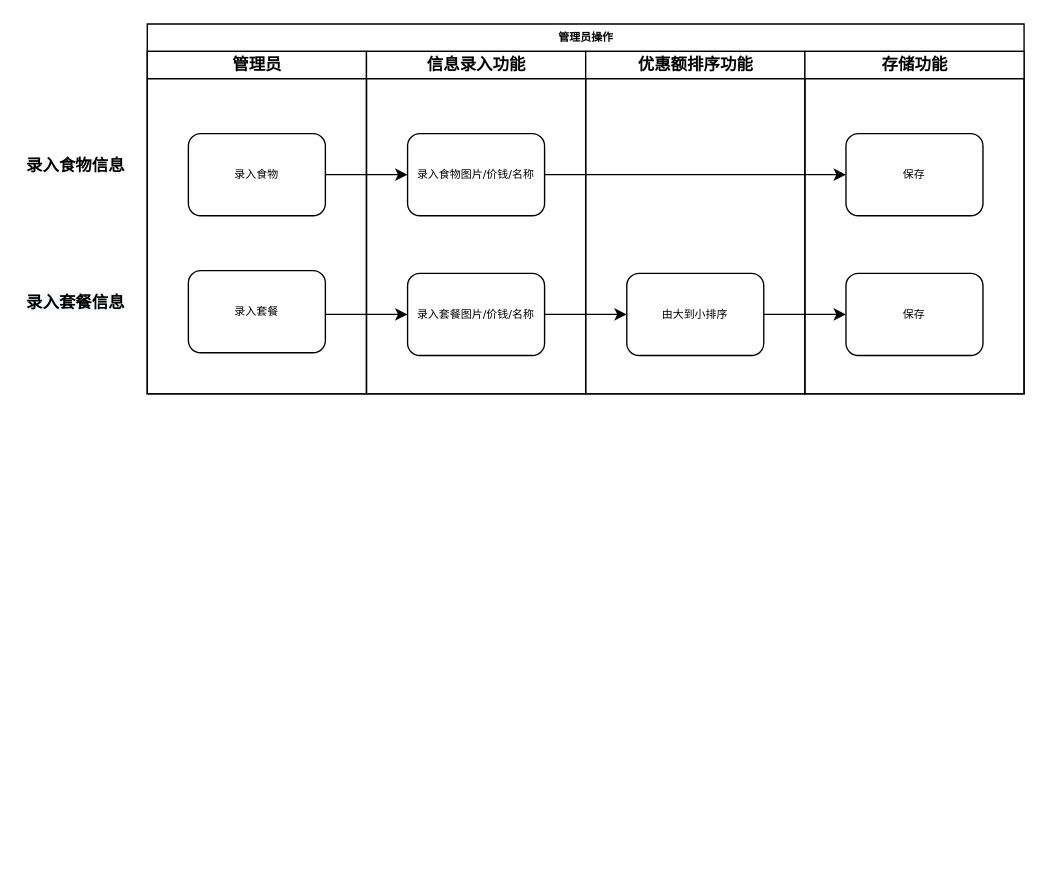
Earlier version of the draw.io diagram page "管理员操作流程" (2 of 3) of MacDSolution.drawio (Vaycent/MyDiagrams). Source tidied: cells renumbered, new cells numbered last; positions are measured from the earlier drawing's top-left corner, leaving out a move shared by most shapes. Both pictures are drawn from the tidied source at 137%, with x=0, y=0 at pixel (23, 23).
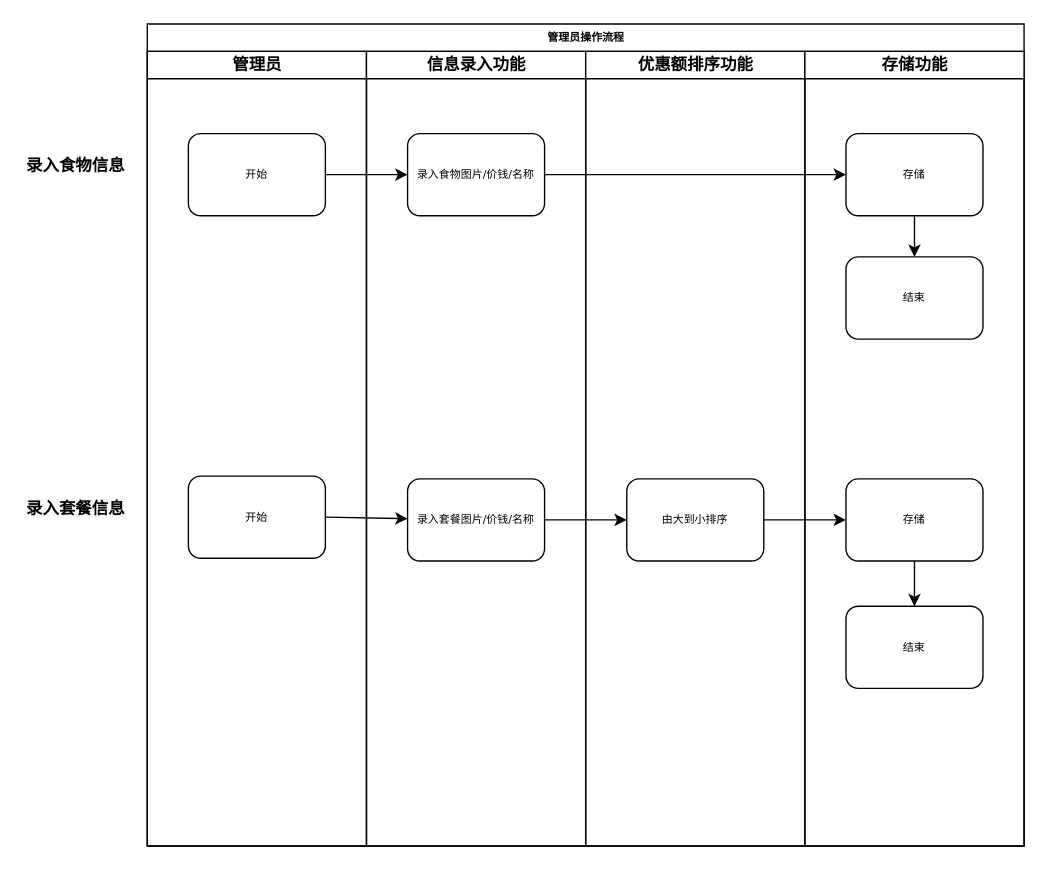
The same diagram, later.

Commit message:
更新用户操作流程

The edit, as a diff of the source:
```diff
@@
-    <mxCell id="2" value="管理员操作" style="swimlane;html=1;startSize=20;rounded=0;shadow=0;labelBackgroundColor=none;strokeWidth=1;fontFamily=Verdana;fontSize=8;align=center;" parent="1" vertex="1">
-      <mxGeometry x="90" width="640" height="270" as="geometry" />
+    <mxCell id="2" value="管理员操作流程" style="swimlane;html=1;startSize=20;rounded=0;shadow=0;labelBackgroundColor=none;strokeWidth=1;fontFamily=Verdana;fontSize=8;align=center;" parent="1" vertex="1">
+      <mxGeometry x="90" width="640" height="600" as="geometry" />
     </mxCell>
     <mxCell id="3" value="管理员" style="swimlane;html=1;startSize=20;" parent="2" vertex="1">
-      <mxGeometry y="20" width="160" height="250" as="geometry" />
+      <mxGeometry y="20" width="160" height="580" as="geometry" />
     </mxCell>
-    <mxCell id="4" value="录入食物" style="rounded=1;whiteSpace=wrap;html=1;shadow=0;labelBackgroundColor=none;strokeWidth=1;fontFamily=Verdana;fontSize=8;align=center;" parent="3" vertex="1">
+    <mxCell id="4" value="开始" style="rounded=1;whiteSpace=wrap;html=1;shadow=0;labelBackgroundColor=none;strokeWidth=1;fontFamily=Verdana;fontSize=8;align=center;" parent="3" vertex="1">
       <mxGeometry x="30" y="60" width="100" height="60" as="geometry" />
     </mxCell>
-    <mxCell id="5" value="录入套餐" style="rounded=1;whiteSpace=wrap;html=1;shadow=0;labelBackgroundColor=none;strokeWidth=1;fontFamily=Verdana;fontSize=8;align=center;" parent="3" vertex="1">
-      <mxGeometry x="30" y="160" width="100" height="60" as="geometry" />
+    <mxCell id="5" value="开始" style="rounded=1;whiteSpace=wrap;html=1;shadow=0;labelBackgroundColor=none;strokeWidth=1;fontFamily=Verdana;fontSize=8;align=center;" parent="3" vertex="1">
+      <mxGeometry x="30" y="310" width="100" height="60" as="geometry" />
     </mxCell>
     <mxCell id="6" value="信息录入功能" style="swimlane;html=1;startSize=20;" parent="2" vertex="1">
-      <mxGeometry x="160" y="20" width="160" height="250" as="geometry" />
+      <mxGeometry x="160" y="20" width="160" height="580" as="geometry" />
     </mxCell>
     <mxCell id="7" value="录入套餐图片/价钱/名称" style="rounded=1;whiteSpace=wrap;html=1;shadow=0;labelBackgroundColor=none;strokeWidth=1;fontFamily=Verdana;fontSize=8;align=center;" parent="6" vertex="1">
-      <mxGeometry x="30" y="162" width="100" height="60" as="geometry" />
+      <mxGeometry x="30" y="312" width="100" height="60" as="geometry" />
     </mxCell>
@@
     <mxCell id="9" value="优惠额排序功能" style="swimlane;html=1;startSize=20;" parent="2" vertex="1">
-      <mxGeometry x="320" y="20" width="160" height="250" as="geometry" />
+      <mxGeometry x="320" y="20" width="160" height="580" as="geometry" />
     </mxCell>
     <mxCell id="10" value="由大到小排序" style="rounded=1;whiteSpace=wrap;html=1;shadow=0;labelBackgroundColor=none;strokeWidth=1;fontFamily=Verdana;fontSize=8;align=center;" parent="9" vertex="1">
-      <mxGeometry x="30" y="162" width="100" height="60" as="geometry" />
+      <mxGeometry x="30" y="312" width="100" height="60" as="geometry" />
     </mxCell>
     <mxCell id="11" value="存储功能" style="swimlane;html=1;startSize=20;" parent="2" vertex="1">
-      <mxGeometry x="480" y="20" width="160" height="250" as="geometry" />
+      <mxGeometry x="480" y="20" width="160" height="580" as="geometry" />
     </mxCell>
-    <mxCell id="12" value="保存" style="rounded=1;whiteSpace=wrap;html=1;shadow=0;labelBackgroundColor=none;strokeWidth=1;fontFamily=Verdana;fontSize=8;align=center;" parent="11" vertex="1">
+    <mxCell id="12" value="存储" style="rounded=1;whiteSpace=wrap;html=1;shadow=0;labelBackgroundColor=none;strokeWidth=1;fontFamily=Verdana;fontSize=8;align=center;" parent="11" vertex="1">
       <mxGeometry x="30" y="60" width="100" height="60" as="geometry" />
     </mxCell>
-    <mxCell id="13" value="保存" style="rounded=1;whiteSpace=wrap;html=1;shadow=0;labelBackgroundColor=none;strokeWidth=1;fontFamily=Verdana;fontSize=8;align=center;" parent="11" vertex="1">
-      <mxGeometry x="30" y="162" width="100" height="60" as="geometry" />
+    <mxCell id="13" value="存储" style="rounded=1;whiteSpace=wrap;html=1;shadow=0;labelBackgroundColor=none;strokeWidth=1;fontFamily=Verdana;fontSize=8;align=center;" parent="11" vertex="1">
+      <mxGeometry x="30" y="312" width="100" height="60" as="geometry" />
     </mxCell>
+    <mxCell id="21" value="结束" style="rounded=1;whiteSpace=wrap;html=1;shadow=0;labelBackgroundColor=none;strokeWidth=1;fontFamily=Verdana;fontSize=8;align=center;" parent="11" vertex="1">
+      <mxGeometry x="30" y="150" width="100" height="60" as="geometry" />
+    </mxCell>
+    <mxCell id="22" style="endArrow=classic;html=1;exitX=0.5;exitY=1;exitDx=0;exitDy=0;" parent="11" edge="1" source="12" target="21">
+      <mxGeometry relative="1" as="geometry" />
+    </mxCell>
+    <mxCell id="23" value="结束" style="rounded=1;whiteSpace=wrap;html=1;shadow=0;labelBackgroundColor=none;strokeWidth=1;fontFamily=Verdana;fontSize=8;align=center;" parent="11" vertex="1">
+      <mxGeometry x="30" y="405" width="100" height="60" as="geometry" />
+    </mxCell>
+    <mxCell id="24" style="endArrow=classic;html=1;" parent="11" edge="1" source="13" target="23">
+      <mxGeometry relative="1" as="geometry" />
+    </mxCell>
@@
-    <mxCell id="16" style="endArrow=classic;html=1;" parent="2" edge="1">
-      <mxGeometry relative="1" as="geometry">
-        <mxPoint x="130" y="212" as="sourcePoint" />
-        <mxPoint x="190" y="212" as="targetPoint" />
-      </mxGeometry>
+    <mxCell id="16" style="endArrow=classic;html=1;exitX=1;exitY=0.5;exitDx=0;exitDy=0;" parent="2" edge="1" source="5" target="7">
+      <mxGeometry relative="1" as="geometry" />
     </mxCell>
+    <mxCell id="18" style="endArrow=classic;html=1;exitX=1;exitY=0.5;exitDx=0;exitDy=0;" parent="2" edge="1" source="10" target="13">
+      <mxGeometry relative="1" as="geometry" />
+    </mxCell>
-    <mxCell id="17" style="endArrow=classic;html=1;exitX=1;exitY=0.5;exitDx=0;exitDy=0;" parent="2" edge="1" source="7" target="10">
+    <mxCell id="17" style="endArrow=classic;html=1;exitX=1;exitY=0.5;exitDx=0;exitDy=0;entryX=0;entryY=0.5;entryDx=0;entryDy=0;" parent="2" edge="1" source="7" target="10">
       <mxGeometry relative="1" as="geometry" />
     </mxCell>
-    <mxCell id="18" style="endArrow=classic;html=1;exitX=1;exitY=0.5;exitDx=0;exitDy=0;" parent="2" edge="1" source="10" target="13">
-      <mxGeometry relative="1" as="geometry" />
-    </mxCell>
@@
     <mxCell id="20" value="&lt;span style=&quot;color: rgb(0 , 0 , 0) ; font-family: &amp;#34;helvetica&amp;#34; ; font-size: 12px ; font-style: normal ; font-weight: 700 ; letter-spacing: normal ; text-align: center ; text-indent: 0px ; text-transform: none ; word-spacing: 0px ; background-color: rgb(248 , 249 , 250) ; display: inline ; float: none&quot;&gt;录入套餐信息&lt;/span&gt;" style="text;whiteSpace=wrap;html=1;" parent="1" vertex="1">
-      <mxGeometry y="190" width="80" height="30" as="geometry" />
+      <mxGeometry y="340" width="80" height="30" as="geometry" />
     </mxCell>
```
